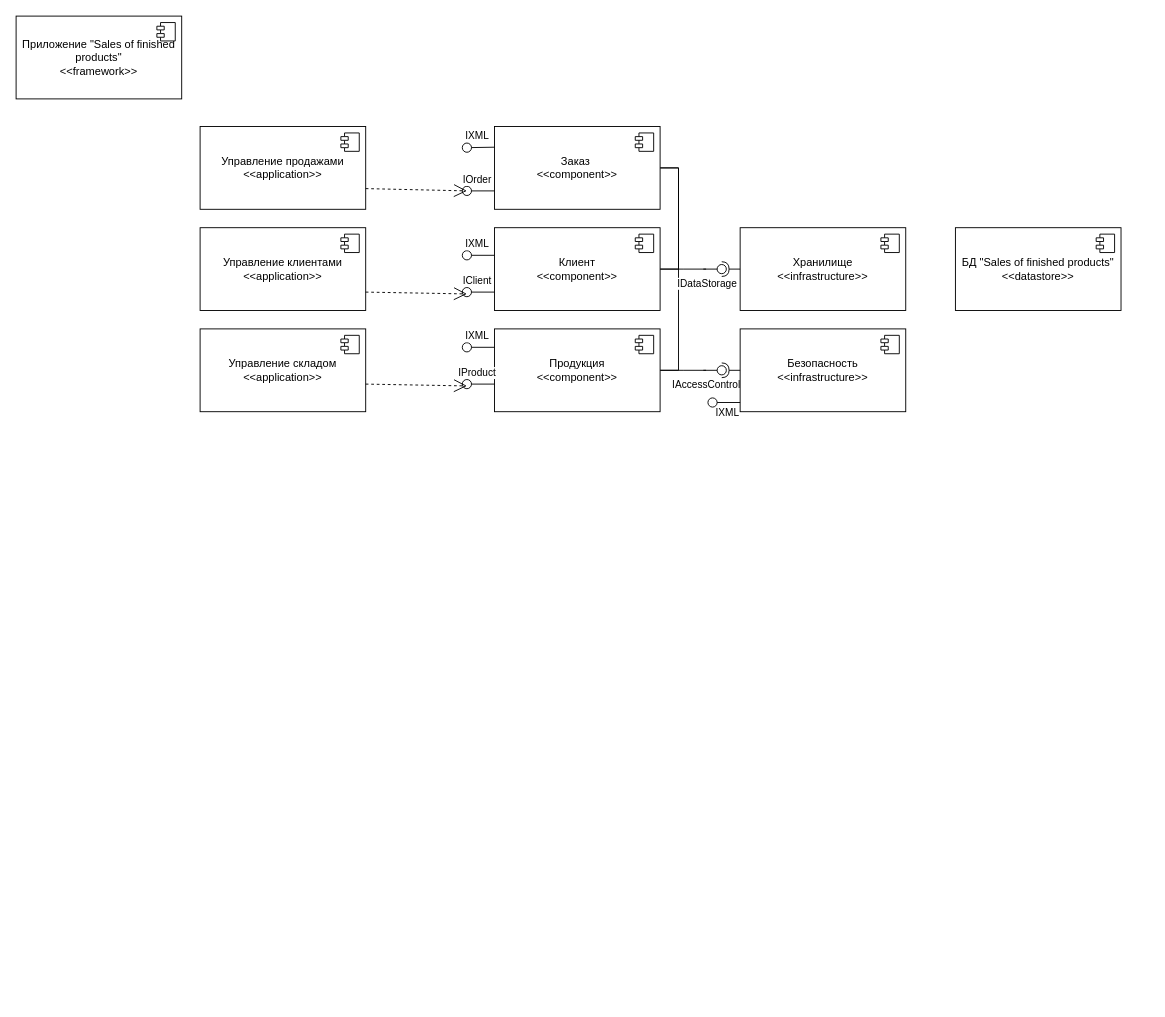
Earlier version of the draw.io diagram ОРТПС_7.drawio (mopsin666/AKMS). Source tidied: cells renumbered, new cells numbered last; positions are measured from the earlier drawing's top-left corner, leaving out a move shared by most shapes. Both pictures are drawn from the tidied source at 92%, with x=0, y=0 at pixel (16, 16).
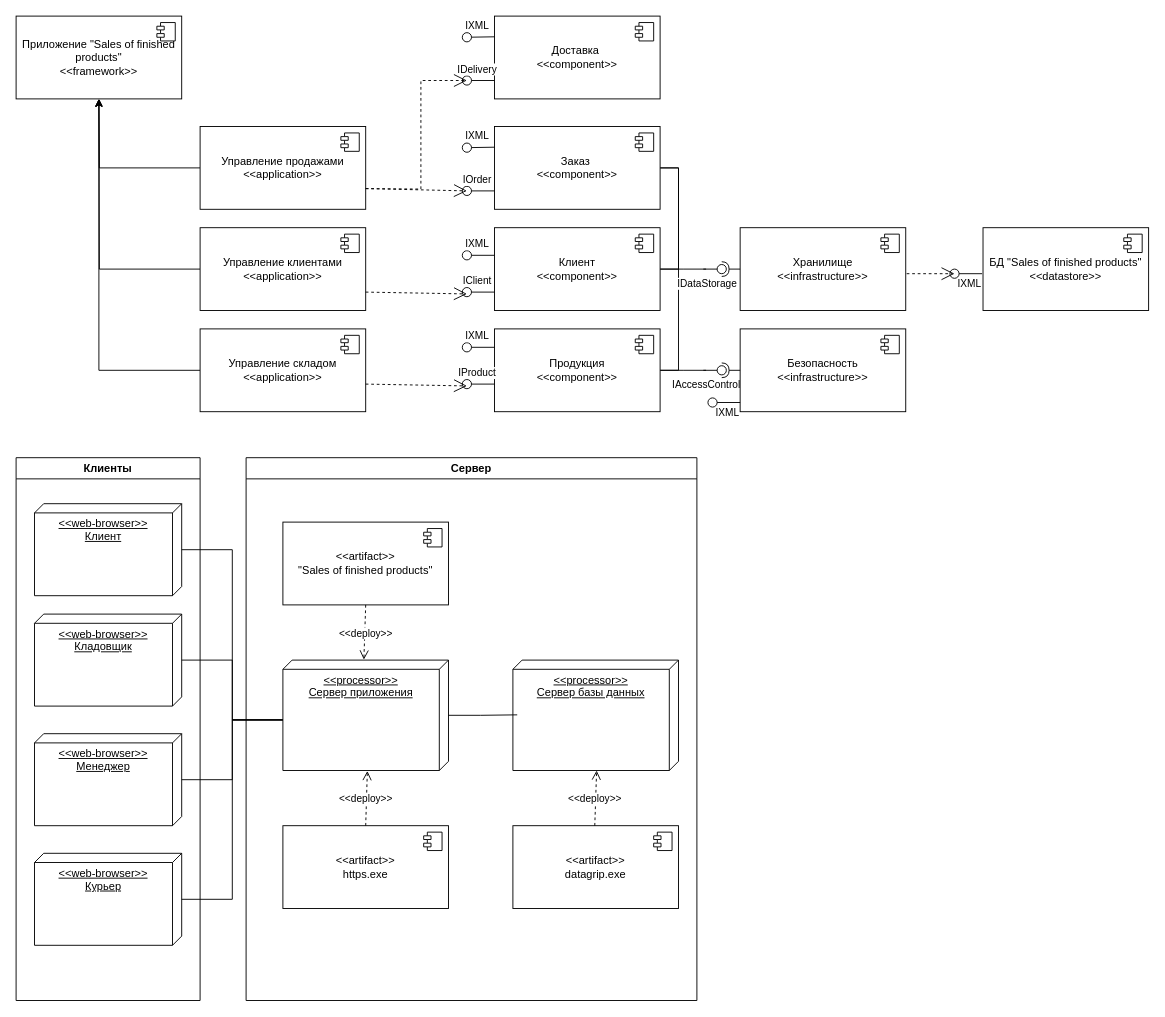
The same page after the edit.

Unchanged cells that the change refers to:
```xml
<mxCell id="2" value="Приложение &quot;Sales of finished products&quot;&lt;br&gt;&amp;lt;&amp;lt;framework&amp;gt;&amp;gt;" style="html=1;whiteSpace=wrap;" parent="1" vertex="1">
  <mxGeometry width="180" height="90" as="geometry" />
</mxCell>
<mxCell id="4" value="Управление продажами&lt;br&gt;&amp;lt;&amp;lt;application&amp;gt;&amp;gt;" style="html=1;whiteSpace=wrap;" parent="1" vertex="1">
  <mxGeometry x="200" y="120" width="180" height="90" as="geometry" />
</mxCell>
<mxCell id="6" value="Управление клиентами&lt;br&gt;&amp;lt;&amp;lt;application&amp;gt;&amp;gt;" style="html=1;whiteSpace=wrap;" parent="1" vertex="1">
  <mxGeometry x="200" y="230" width="180" height="90" as="geometry" />
</mxCell>
<mxCell id="8" value="Управление складом&lt;br&gt;&amp;lt;&amp;lt;application&amp;gt;&amp;gt;" style="html=1;whiteSpace=wrap;" parent="1" vertex="1">
  <mxGeometry x="200" y="340" width="180" height="90" as="geometry" />
</mxCell>
```

What changed in the source:
```diff
@@
+    <mxCell id="52" style="edgeStyle=orthogonalEdgeStyle;rounded=0;jettySize=auto;html=1;" parent="1" edge="1" source="4">
+      <mxGeometry relative="1" as="geometry">
+        <mxPoint x="90" y="90" as="targetPoint" />
+      </mxGeometry>
+    </mxCell>
@@
+    <mxCell id="53" style="edgeStyle=orthogonalEdgeStyle;rounded=0;jettySize=auto;html=1;" parent="1" edge="1" source="6">
+      <mxGeometry relative="1" as="geometry">
+        <mxPoint x="90" y="90" as="targetPoint" />
+      </mxGeometry>
+    </mxCell>
@@
+    <mxCell id="54" style="edgeStyle=orthogonalEdgeStyle;rounded=0;jettySize=auto;html=1;entryX=0.5;entryY=1;entryDx=0;entryDy=0;" parent="1" edge="1" source="8" target="2">
+      <mxGeometry relative="1" as="geometry" />
+    </mxCell>
@@
     <mxCell id="50" value="БД &quot;Sales of finished products&quot;&lt;br&gt;&amp;lt;&amp;lt;datastore&amp;gt;&amp;gt;" style="html=1;whiteSpace=wrap;" parent="1" vertex="1">
-      <mxGeometry x="1021" y="230" width="180" height="90" as="geometry" />
+      <mxGeometry x="1051" y="230" width="180" height="90" as="geometry" />
     </mxCell>
@@
+    <mxCell id="55" style="rounded=0;orthogonalLoop=1;jettySize=auto;html=1;endArrow=oval;endFill=0;sketch=0;sourcePerimeterSpacing=0;targetPerimeterSpacing=0;endSize=10;exitX=0;exitY=0.25;exitDx=0;exitDy=0;" parent="1" edge="1">
+      <mxGeometry relative="1" as="geometry">
+        <mxPoint x="1050" y="280" as="sourcePoint" />
+        <mxPoint x="1020" y="280" as="targetPoint" />
+      </mxGeometry>
+    </mxCell>
+    <mxCell id="56" value="IXML" style="edgeLabel;html=1;align=center;verticalAlign=middle;" parent="55" vertex="1">
+      <mxGeometry x="-0.2" y="1" relative="1" as="geometry">
+        <mxPoint x="-3" y="9" as="offset" />
+      </mxGeometry>
+    </mxCell>
+    <mxCell id="57" style="endArrow=open;endSize=12;dashed=1;html=1;rounded=0;" parent="1" edge="1">
+      <mxGeometry relative="1" as="geometry">
+        <mxPoint x="968" y="280" as="sourcePoint" />
+        <mxPoint x="1020" y="280" as="targetPoint" />
+      </mxGeometry>
+    </mxCell>
+    <mxCell id="58" value="Доставка&amp;nbsp;&lt;br&gt;&amp;lt;&amp;lt;component&amp;gt;&amp;gt;" style="html=1;whiteSpace=wrap;" parent="1" vertex="1">
+      <mxGeometry x="520" width="180" height="90" as="geometry" />
+    </mxCell>
+    <mxCell id="59" style="shape=module;jettyWidth=8;jettyHeight=4;" parent="58" vertex="1">
+      <mxGeometry x="1" width="20" height="20" relative="1" as="geometry">
+        <mxPoint x="-27" y="7" as="offset" />
+      </mxGeometry>
+    </mxCell>
+    <mxCell id="60" style="rounded=0;jettySize=auto;html=1;endArrow=oval;endFill=0;sketch=0;sourcePerimeterSpacing=0;targetPerimeterSpacing=0;endSize=10;exitX=0;exitY=0.25;exitDx=0;exitDy=0;" parent="1" edge="1" source="58">
+      <mxGeometry relative="1" as="geometry">
+        <mxPoint x="490" y="23" as="targetPoint" />
+      </mxGeometry>
+    </mxCell>
+    <mxCell id="61" value="IXML" style="edgeLabel;html=1;align=center;verticalAlign=middle;" parent="60" vertex="1">
+      <mxGeometry x="-0.2" y="1" relative="1" as="geometry">
+        <mxPoint x="-8" y="-14" as="offset" />
+      </mxGeometry>
+    </mxCell>
+    <mxCell id="62" style="ellipse;whiteSpace=wrap;html=1;align=center;fillColor=none;strokeColor=none;perimeter=centerPerimeter;" parent="1" vertex="1">
+      <mxGeometry x="450" y="50" width="10" height="10" as="geometry" />
+    </mxCell>
+    <mxCell id="63" style="rounded=0;orthogonalLoop=1;jettySize=auto;html=1;endArrow=oval;endFill=0;sketch=0;sourcePerimeterSpacing=0;targetPerimeterSpacing=0;endSize=10;exitX=0;exitY=0.25;exitDx=0;exitDy=0;" parent="1" edge="1">
+      <mxGeometry relative="1" as="geometry">
+        <mxPoint x="520" y="70" as="sourcePoint" />
+        <mxPoint x="490" y="70" as="targetPoint" />
+      </mxGeometry>
+    </mxCell>
+    <mxCell id="64" value="IDelivery" style="edgeLabel;html=1;align=center;verticalAlign=middle;" parent="63" vertex="1">
+      <mxGeometry x="-0.2" y="1" relative="1" as="geometry">
+        <mxPoint x="-8" y="-14" as="offset" />
+      </mxGeometry>
+    </mxCell>
+    <mxCell id="65" style="endArrow=open;endSize=12;dashed=1;html=1;rounded=0;exitX=1;exitY=0.75;exitDx=0;exitDy=0;" parent="1" edge="1" source="4">
+      <mxGeometry relative="1" as="geometry">
+        <mxPoint x="490" y="70" as="targetPoint" />
+        <Array as="points">
+          <mxPoint x="440" y="188" />
+          <mxPoint x="440" y="70" />
+        </Array>
+      </mxGeometry>
+    </mxCell>
+    <mxCell id="66" value="Клиенты" style="swimlane;whiteSpace=wrap;html=1;" parent="1" vertex="1">
+      <mxGeometry y="480" width="200" height="590" as="geometry" />
+    </mxCell>
+    <mxCell id="67" value="&amp;lt;&amp;lt;web-browser&amp;gt;&amp;gt;&lt;br&gt;Клиент" style="verticalAlign=top;align=center;spacingTop=8;spacingLeft=2;spacingRight=12;shape=cube;size=10;direction=south;fontStyle=4;html=1;whiteSpace=wrap;" parent="66" vertex="1">
+      <mxGeometry x="20" y="50" width="160" height="100" as="geometry" />
+    </mxCell>
+    <mxCell id="68" value="&amp;lt;&amp;lt;web-browser&amp;gt;&amp;gt;&lt;br&gt;Кладовщик" style="verticalAlign=top;align=center;spacingTop=8;spacingLeft=2;spacingRight=12;shape=cube;size=10;direction=south;fontStyle=4;html=1;whiteSpace=wrap;" parent="66" vertex="1">
+      <mxGeometry x="20" y="170" width="160" height="100" as="geometry" />
+    </mxCell>
+    <mxCell id="69" value="&amp;lt;&amp;lt;web-browser&amp;gt;&amp;gt;&lt;br&gt;Менеджер" style="verticalAlign=top;align=center;spacingTop=8;spacingLeft=2;spacingRight=12;shape=cube;size=10;direction=south;fontStyle=4;html=1;whiteSpace=wrap;" parent="66" vertex="1">
+      <mxGeometry x="20" y="300" width="160" height="100" as="geometry" />
+    </mxCell>
+    <mxCell id="70" value="&amp;lt;&amp;lt;web-browser&amp;gt;&amp;gt;&lt;br&gt;Курьер" style="verticalAlign=top;align=center;spacingTop=8;spacingLeft=2;spacingRight=12;shape=cube;size=10;direction=south;fontStyle=4;html=1;whiteSpace=wrap;" parent="66" vertex="1">
+      <mxGeometry x="20" y="430" width="160" height="100" as="geometry" />
+    </mxCell>
+    <mxCell id="71" value="Сервер" style="swimlane;whiteSpace=wrap;html=1;" parent="1" vertex="1">
+      <mxGeometry x="250" y="480" width="490" height="590" as="geometry" />
+    </mxCell>
+    <mxCell id="72" value="&amp;lt;&amp;lt;artifact&amp;gt;&amp;gt;&lt;br&gt;&quot;Sales of finished products&quot;" style="html=1;whiteSpace=wrap;" parent="71" vertex="1">
+      <mxGeometry x="40" y="70" width="180" height="90" as="geometry" />
+    </mxCell>
+    <mxCell id="73" style="shape=module;jettyWidth=8;jettyHeight=4;" parent="72" vertex="1">
+      <mxGeometry x="1" width="20" height="20" relative="1" as="geometry">
+        <mxPoint x="-27" y="7" as="offset" />
+      </mxGeometry>
+    </mxCell>
+    <mxCell id="74" value="&amp;lt;&amp;lt;processor&amp;gt;&amp;gt;&lt;br&gt;Сервер приложения" style="verticalAlign=top;align=center;spacingTop=8;spacingLeft=2;spacingRight=12;shape=cube;size=10;direction=south;fontStyle=4;html=1;whiteSpace=wrap;" parent="71" vertex="1">
+      <mxGeometry x="40" y="220" width="180" height="120" as="geometry" />
+    </mxCell>
+    <mxCell id="75" value="&amp;lt;&amp;lt;deploy&amp;gt;&amp;gt;" style="html=1;verticalAlign=bottom;endArrow=open;dashed=1;endSize=8;curved=0;rounded=0;entryX=-0.004;entryY=0.511;entryDx=0;entryDy=0;entryPerimeter=0;" parent="71" edge="1" target="74">
+      <mxGeometry x="0.34" y="1" relative="1" as="geometry">
+        <mxPoint x="130" y="160" as="sourcePoint" />
+      </mxGeometry>
+    </mxCell>
+    <mxCell id="76" value="&amp;lt;&amp;lt;artifact&amp;gt;&amp;gt;&lt;br&gt;https.exe" style="html=1;whiteSpace=wrap;" parent="71" vertex="1">
+      <mxGeometry x="40" y="400" width="180" height="90" as="geometry" />
+    </mxCell>
+    <mxCell id="77" style="shape=module;jettyWidth=8;jettyHeight=4;" parent="76" vertex="1">
+      <mxGeometry x="1" width="20" height="20" relative="1" as="geometry">
+        <mxPoint x="-27" y="7" as="offset" />
+      </mxGeometry>
+    </mxCell>
+    <mxCell id="78" value="&amp;lt;&amp;lt;deploy&amp;gt;&amp;gt;" style="html=1;verticalAlign=bottom;endArrow=open;dashed=1;endSize=8;curved=0;rounded=0;entryX=1.004;entryY=0.49;entryDx=0;entryDy=0;entryPerimeter=0;exitX=0.5;exitY=0;exitDx=0;exitDy=0;" parent="71" edge="1" source="76" target="74">
+      <mxGeometry x="-0.33" y="1" relative="1" as="geometry" />
+    </mxCell>
+    <mxCell id="79" value="&amp;lt;&amp;lt;processor&amp;gt;&amp;gt;&lt;br&gt;Сервер базы данных" style="verticalAlign=top;align=center;spacingTop=8;spacingLeft=2;spacingRight=12;shape=cube;size=10;direction=south;fontStyle=4;html=1;whiteSpace=wrap;" parent="71" vertex="1">
+      <mxGeometry x="290" y="220" width="180" height="120" as="geometry" />
+    </mxCell>
+    <mxCell id="80" value="&amp;lt;&amp;lt;artifact&amp;gt;&amp;gt;&lt;br&gt;datagrip.exe" style="html=1;whiteSpace=wrap;" parent="71" vertex="1">
+      <mxGeometry x="290" y="400" width="180" height="90" as="geometry" />
+    </mxCell>
+    <mxCell id="81" style="shape=module;jettyWidth=8;jettyHeight=4;" parent="80" vertex="1">
+      <mxGeometry x="1" width="20" height="20" relative="1" as="geometry">
+        <mxPoint x="-27" y="7" as="offset" />
+      </mxGeometry>
+    </mxCell>
+    <mxCell id="82" value="&amp;lt;&amp;lt;deploy&amp;gt;&amp;gt;" style="html=1;verticalAlign=bottom;endArrow=open;dashed=1;endSize=8;curved=0;rounded=0;entryX=1.004;entryY=0.49;entryDx=0;entryDy=0;entryPerimeter=0;exitX=0.5;exitY=0;exitDx=0;exitDy=0;" parent="71" edge="1">
+      <mxGeometry x="-0.33" y="1" relative="1" as="geometry">
+        <mxPoint x="379" y="400" as="sourcePoint" />
+        <mxPoint x="381" y="340" as="targetPoint" />
+      </mxGeometry>
+    </mxCell>
+    <mxCell id="83" style="edgeStyle=orthogonalEdgeStyle;rounded=0;jettySize=auto;html=1;entryX=0.496;entryY=0.974;entryDx=0;entryDy=0;entryPerimeter=0;endArrow=none;endFill=0;" parent="71" edge="1" source="74" target="79">
+      <mxGeometry relative="1" as="geometry" />
+    </mxCell>
+    <mxCell id="84" style="edgeStyle=orthogonalEdgeStyle;rounded=0;jettySize=auto;html=1;entryX=0;entryY=0;entryDx=65;entryDy=180;entryPerimeter=0;endArrow=none;endFill=0;" parent="1" edge="1" source="67" target="74">
+      <mxGeometry relative="1" as="geometry" />
+    </mxCell>
+    <mxCell id="85" style="edgeStyle=orthogonalEdgeStyle;rounded=0;jettySize=auto;html=1;entryX=0;entryY=0;entryDx=65;entryDy=180;entryPerimeter=0;endArrow=none;endFill=0;" parent="1" edge="1" source="68" target="74">
+      <mxGeometry relative="1" as="geometry" />
+    </mxCell>
+    <mxCell id="86" style="edgeStyle=orthogonalEdgeStyle;rounded=0;jettySize=auto;html=1;entryX=0;entryY=0;entryDx=65;entryDy=180;entryPerimeter=0;endArrow=none;endFill=0;" parent="1" edge="1" source="69" target="74">
+      <mxGeometry relative="1" as="geometry" />
+    </mxCell>
+    <mxCell id="87" style="edgeStyle=orthogonalEdgeStyle;rounded=0;jettySize=auto;html=1;entryX=0;entryY=0;entryDx=65;entryDy=180;entryPerimeter=0;endArrow=none;endFill=0;" parent="1" edge="1" source="70" target="74">
+      <mxGeometry relative="1" as="geometry" />
+    </mxCell>
```
